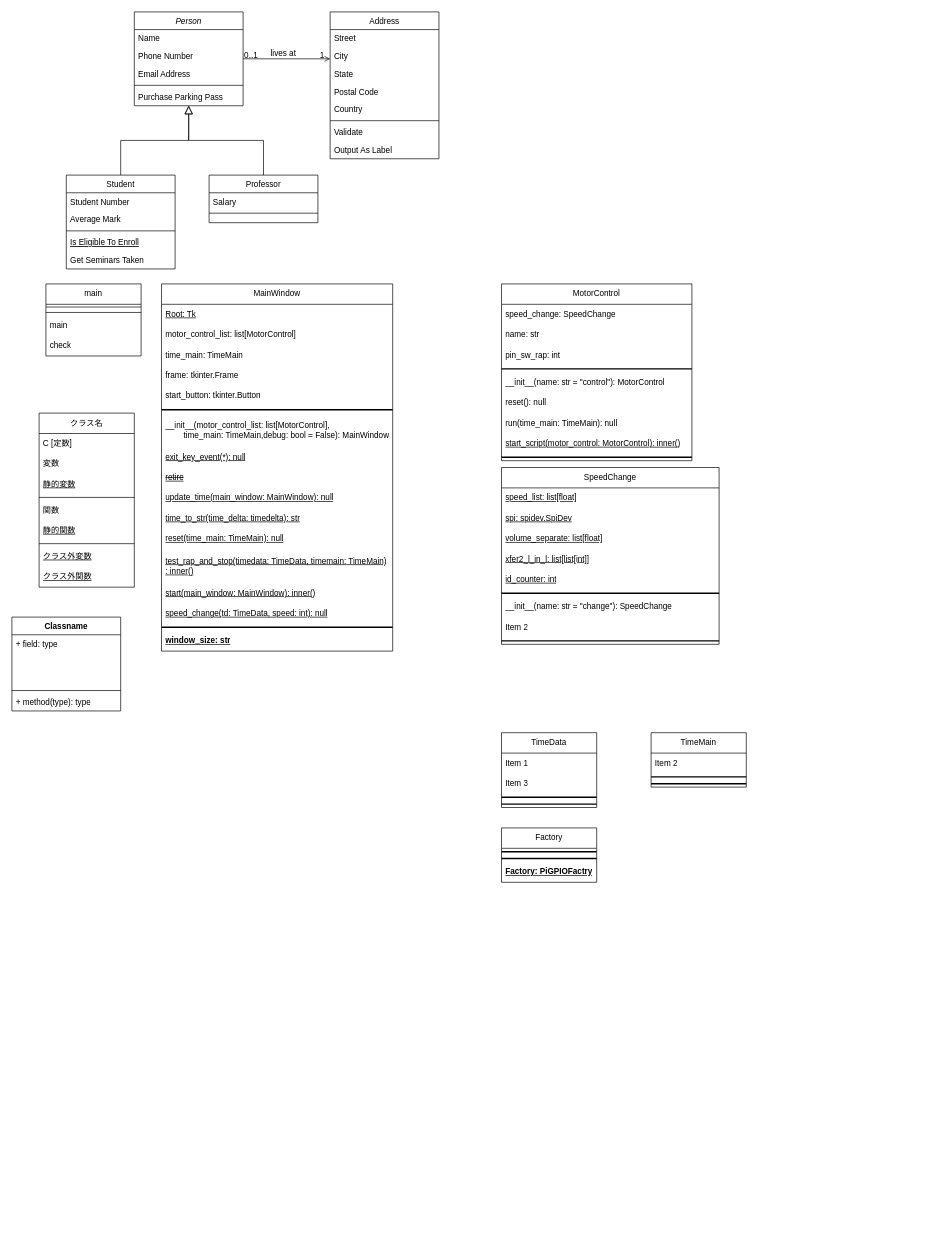
Before: test.drawio in Saito40/motor-controller, a draw.io diagram. Source tidied: cells renumbered, new cells numbered last; positions are measured from the earlier drawing's top-left corner, leaving out a move shared by most shapes. Both pictures are drawn from the tidied source at 68%, with x=0, y=0 at pixel (12, 12).
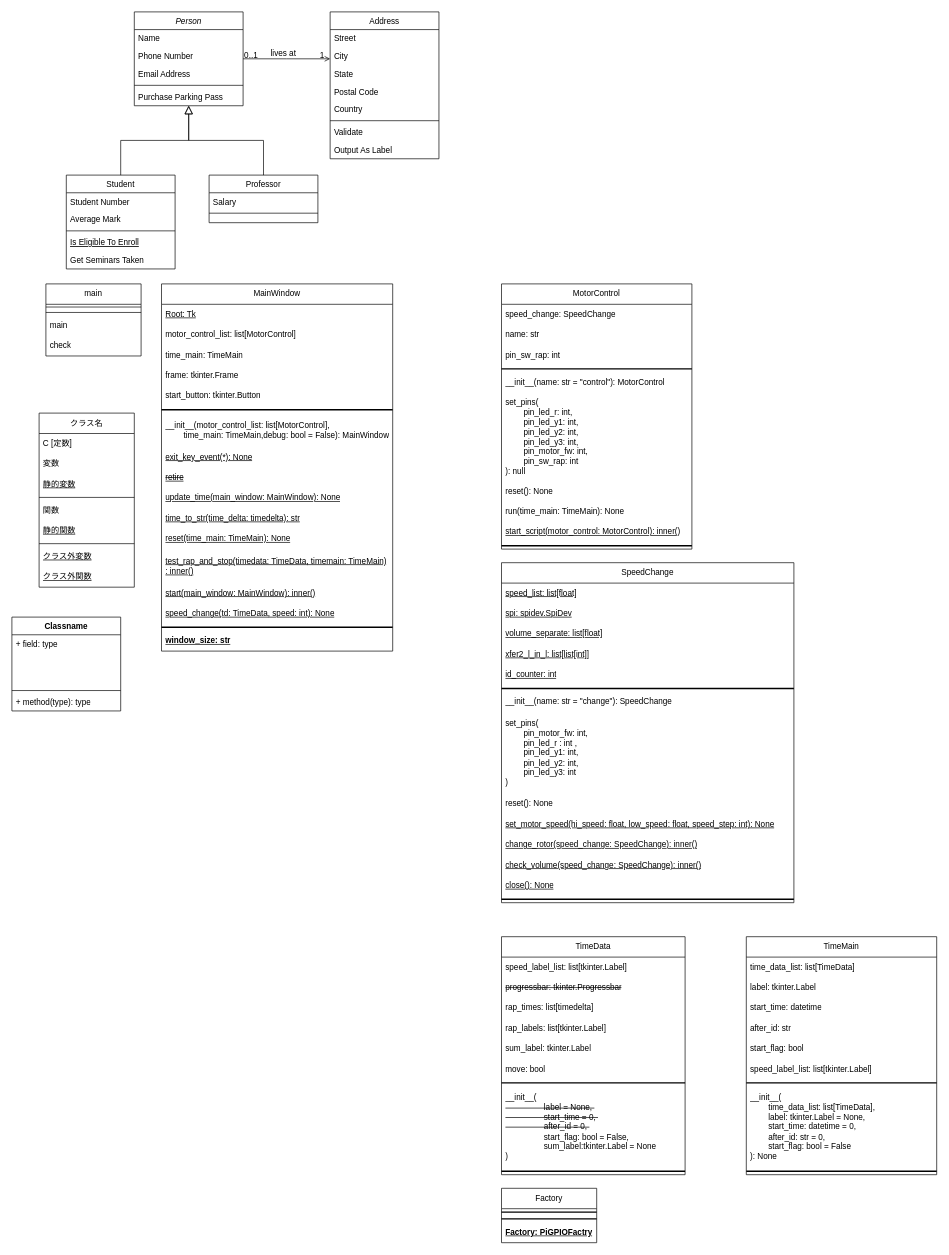
Above is the later version.

Unchanged cells that the change refers to:
```xml
<mxCell id="37" value="MainWindow" style="swimlane;fontStyle=0;horizontal=1;startSize=30;whiteSpace=wrap;html=1;" parent="1" vertex="1">
  <mxGeometry x="220" y="400" width="340" height="540" as="geometry" />
</mxCell>
```

The edit, as a diff of the source:
```diff
@@
-    <mxCell id="45" value="exit_key_event(*): null" style="text;strokeColor=none;fillColor=none;align=left;verticalAlign=middle;spacingLeft=4;spacingRight=4;overflow=hidden;whiteSpace=wrap;html=1;fontStyle=4;" parent="37" vertex="1">
+    <mxCell id="45" value="exit_key_event(*): None" style="text;strokeColor=none;fillColor=none;align=left;verticalAlign=middle;spacingLeft=4;spacingRight=4;overflow=hidden;whiteSpace=wrap;html=1;fontStyle=4;" parent="37" vertex="1">
       <mxGeometry y="240" width="340" height="30" as="geometry" />
     </mxCell>
@@
-    <mxCell id="47" value="update_time(main_window: MainWindow): null" style="text;strokeColor=none;fillColor=none;align=left;verticalAlign=middle;spacingLeft=4;spacingRight=4;overflow=hidden;whiteSpace=wrap;html=1;fontStyle=4;" parent="37" vertex="1">
+    <mxCell id="47" value="update_time(main_window: MainWindow): None" style="text;strokeColor=none;fillColor=none;align=left;verticalAlign=middle;spacingLeft=4;spacingRight=4;overflow=hidden;whiteSpace=wrap;html=1;fontStyle=4;" parent="37" vertex="1">
       <mxGeometry y="300" width="340" height="30" as="geometry" />
     </mxCell>
@@
-    <mxCell id="49" value="reset(time_main: TimeMain): null" style="text;strokeColor=none;fillColor=none;align=left;verticalAlign=middle;spacingLeft=4;spacingRight=4;overflow=hidden;whiteSpace=wrap;html=1;fontStyle=4;" parent="37" vertex="1">
+    <mxCell id="49" value="reset(time_main: TimeMain): None" style="text;strokeColor=none;fillColor=none;align=left;verticalAlign=middle;spacingLeft=4;spacingRight=4;overflow=hidden;whiteSpace=wrap;html=1;fontStyle=4;" parent="37" vertex="1">
       <mxGeometry y="360" width="340" height="30" as="geometry" />
     </mxCell>
@@
-    <mxCell id="52" value="speed_change(td: TimeData, speed: int): null" style="text;strokeColor=none;fillColor=none;align=left;verticalAlign=middle;spacingLeft=4;spacingRight=4;overflow=hidden;whiteSpace=wrap;html=1;fontStyle=4;" parent="37" vertex="1">
+    <mxCell id="52" value="speed_change(td: TimeData, speed: int): None" style="text;strokeColor=none;fillColor=none;align=left;verticalAlign=middle;spacingLeft=4;spacingRight=4;overflow=hidden;whiteSpace=wrap;html=1;fontStyle=4;" parent="37" vertex="1">
       <mxGeometry y="470" width="340" height="30" as="geometry" />
     </mxCell>
@@
     <mxCell id="55" value="MotorControl" style="swimlane;fontStyle=0;horizontal=1;startSize=30;whiteSpace=wrap;html=1;" parent="1" vertex="1">
-      <mxGeometry x="720" y="400" width="280" height="260" as="geometry" />
+      <mxGeometry x="720" y="400" width="280" height="390" as="geometry" />
     </mxCell>
@@
+    <mxCell id="104" value="set_pins(&lt;br&gt;&lt;span style=&quot;white-space: pre;&quot;&gt;&#9;&lt;/span&gt;pin_led_r: int,&lt;br&gt;&lt;span style=&quot;white-space: pre;&quot;&gt;&#9;&lt;/span&gt;pin_led_y1: int,&lt;br&gt;&lt;span style=&quot;white-space: pre;&quot;&gt;&#9;&lt;/span&gt;pin_led_y2: int,&amp;nbsp;&lt;br&gt;&lt;span style=&quot;white-space: pre;&quot;&gt;&#9;&lt;/span&gt;pin_led_y3: int,&lt;br&gt;&lt;span style=&quot;white-space: pre;&quot;&gt;&#9;&lt;/span&gt;pin_motor_fw: int,&lt;br&gt;&lt;span style=&quot;white-space: pre;&quot;&gt;&#9;&lt;/span&gt;pin_sw_rap: int&lt;br&gt;): null" style="text;strokeColor=none;fillColor=none;align=left;verticalAlign=middle;spacingLeft=4;spacingRight=4;overflow=hidden;whiteSpace=wrap;html=1;" parent="55" vertex="1">
+      <mxGeometry y="160" width="280" height="130" as="geometry" />
+    </mxCell>
-    <mxCell id="61" value="reset(): null" style="text;strokeColor=none;fillColor=none;align=left;verticalAlign=middle;spacingLeft=4;spacingRight=4;overflow=hidden;whiteSpace=wrap;html=1;" parent="55" vertex="1">
-      <mxGeometry y="160" width="280" height="30" as="geometry" />
+    <mxCell id="61" value="reset(): None" style="text;strokeColor=none;fillColor=none;align=left;verticalAlign=middle;spacingLeft=4;spacingRight=4;overflow=hidden;whiteSpace=wrap;html=1;" parent="55" vertex="1">
+      <mxGeometry y="290" width="280" height="30" as="geometry" />
     </mxCell>
-    <mxCell id="62" value="run(time_main: TimeMain): null" style="text;strokeColor=none;fillColor=none;align=left;verticalAlign=middle;spacingLeft=4;spacingRight=4;overflow=hidden;whiteSpace=wrap;html=1;" parent="55" vertex="1">
-      <mxGeometry y="190" width="280" height="30" as="geometry" />
+    <mxCell id="62" value="run(time_main: TimeMain): None" style="text;strokeColor=none;fillColor=none;align=left;verticalAlign=middle;spacingLeft=4;spacingRight=4;overflow=hidden;whiteSpace=wrap;html=1;" parent="55" vertex="1">
+      <mxGeometry y="320" width="280" height="30" as="geometry" />
     </mxCell>
     <mxCell id="63" value="start_script(motor_control: MotorControl): inner()" style="text;strokeColor=none;fillColor=none;align=left;verticalAlign=middle;spacingLeft=4;spacingRight=4;overflow=hidden;whiteSpace=wrap;html=1;fontStyle=4;" parent="55" vertex="1">
-      <mxGeometry y="220" width="280" height="30" as="geometry" />
+      <mxGeometry y="350" width="280" height="30" as="geometry" />
     </mxCell>
     <mxCell id="64" style="line;strokeWidth=2;html=1;" parent="55" vertex="1">
-      <mxGeometry y="250" width="280" height="10" as="geometry" />
+      <mxGeometry y="380" width="280" height="10" as="geometry" />
     </mxCell>
     <mxCell id="65" value="SpeedChange" style="swimlane;fontStyle=0;horizontal=1;startSize=30;whiteSpace=wrap;html=1;" parent="1" vertex="1">
-      <mxGeometry x="720" y="670" width="320" height="260" as="geometry" />
+      <mxGeometry x="720" y="810" width="430" height="500" as="geometry" />
     </mxCell>
     <mxCell id="66" value="speed_list: list[float]" style="text;strokeColor=none;fillColor=none;align=left;verticalAlign=middle;spacingLeft=4;spacingRight=4;overflow=hidden;whiteSpace=wrap;html=1;fontStyle=4;" parent="65" vertex="1">
-      <mxGeometry y="30" width="320" height="30" as="geometry" />
+      <mxGeometry y="30" width="430" height="30" as="geometry" />
     </mxCell>
     <mxCell id="67" value="spi: spidev.SpiDev" style="text;strokeColor=none;fillColor=none;align=left;verticalAlign=middle;spacingLeft=4;spacingRight=4;overflow=hidden;whiteSpace=wrap;html=1;fontStyle=4;" parent="65" vertex="1">
-      <mxGeometry y="60" width="320" height="30" as="geometry" />
+      <mxGeometry y="60" width="430" height="30" as="geometry" />
     </mxCell>
     <mxCell id="68" value="volume_separate: list[float]" style="text;strokeColor=none;fillColor=none;align=left;verticalAlign=middle;spacingLeft=4;spacingRight=4;overflow=hidden;whiteSpace=wrap;html=1;fontStyle=4;" parent="65" vertex="1">
-      <mxGeometry y="90" width="320" height="30" as="geometry" />
+      <mxGeometry y="90" width="430" height="30" as="geometry" />
     </mxCell>
     <mxCell id="69" value="xfer2_l_in_l: list[list[int]]" style="text;strokeColor=none;fillColor=none;align=left;verticalAlign=middle;spacingLeft=4;spacingRight=4;overflow=hidden;whiteSpace=wrap;html=1;fontStyle=4;" parent="65" vertex="1">
-      <mxGeometry y="120" width="320" height="30" as="geometry" />
+      <mxGeometry y="120" width="430" height="30" as="geometry" />
     </mxCell>
     <mxCell id="70" value="id_counter: int" style="text;strokeColor=none;fillColor=none;align=left;verticalAlign=middle;spacingLeft=4;spacingRight=4;overflow=hidden;whiteSpace=wrap;html=1;fontStyle=4;" parent="65" vertex="1">
-      <mxGeometry y="150" width="320" height="30" as="geometry" />
+      <mxGeometry y="150" width="430" height="30" as="geometry" />
     </mxCell>
     <mxCell id="71" style="line;strokeWidth=2;html=1;" parent="65" vertex="1">
-      <mxGeometry y="180" width="320" height="10" as="geometry" />
+      <mxGeometry y="180" width="430" height="10" as="geometry" />
     </mxCell>
     <mxCell id="72" value="__init__(name: str = &quot;change&quot;): SpeedChange" style="text;strokeColor=none;fillColor=none;align=left;verticalAlign=middle;spacingLeft=4;spacingRight=4;overflow=hidden;whiteSpace=wrap;html=1;" parent="65" vertex="1">
-      <mxGeometry y="190" width="320" height="30" as="geometry" />
+      <mxGeometry y="190" width="430" height="30" as="geometry" />
     </mxCell>
-    <mxCell id="73" value="Item 2" style="text;strokeColor=none;fillColor=none;align=left;verticalAlign=middle;spacingLeft=4;spacingRight=4;overflow=hidden;whiteSpace=wrap;html=1;" parent="65" vertex="1">
-      <mxGeometry y="220" width="320" height="30" as="geometry" />
+    <mxCell id="73" value="set_pins(&lt;div&gt;&lt;span style=&quot;background-color: initial;&quot;&gt;&lt;span style=&quot;white-space: pre;&quot;&gt;&#9;&lt;/span&gt;pin_motor_fw: int,&lt;/span&gt;&lt;br&gt;&lt;/div&gt;&lt;div&gt;&amp;nbsp; &amp;nbsp; &amp;nbsp; &amp;nbsp; pin_led_r : int ,&lt;/div&gt;&lt;div&gt;&amp;nbsp; &amp;nbsp; &amp;nbsp; &amp;nbsp; pin_led_y1: int,&lt;/div&gt;&lt;div&gt;&amp;nbsp; &amp;nbsp; &amp;nbsp; &amp;nbsp; pin_led_y2: int,&lt;/div&gt;&amp;nbsp; &amp;nbsp; &amp;nbsp; &amp;nbsp; pin_led_y3: int&lt;br&gt;)" style="text;strokeColor=none;fillColor=none;align=left;verticalAlign=middle;spacingLeft=4;spacingRight=4;overflow=hidden;whiteSpace=wrap;html=1;" parent="65" vertex="1">
+      <mxGeometry y="220" width="430" height="120" as="geometry" />
     </mxCell>
+    <mxCell id="105" value="reset(): None" style="text;strokeColor=none;fillColor=none;align=left;verticalAlign=middle;spacingLeft=4;spacingRight=4;overflow=hidden;whiteSpace=wrap;html=1;" parent="65" vertex="1">
+      <mxGeometry y="340" width="430" height="30" as="geometry" />
+    </mxCell>
+    <mxCell id="106" value="set_motor_speed(hi_speed: float, low_speed: float, speed_step: int): None" style="text;strokeColor=none;fillColor=none;align=left;verticalAlign=middle;spacingLeft=4;spacingRight=4;overflow=hidden;whiteSpace=wrap;html=1;fontStyle=4;" parent="65" vertex="1">
+      <mxGeometry y="370" width="430" height="30" as="geometry" />
+    </mxCell>
+    <mxCell id="107" value="change_rotor(speed_change: SpeedChange): inner()" style="text;strokeColor=none;fillColor=none;align=left;verticalAlign=middle;spacingLeft=4;spacingRight=4;overflow=hidden;whiteSpace=wrap;html=1;fontStyle=4;" parent="65" vertex="1">
+      <mxGeometry y="400" width="430" height="30" as="geometry" />
+    </mxCell>
+    <mxCell id="108" value="check_volume(speed_change: SpeedChange): inner()" style="text;strokeColor=none;fillColor=none;align=left;verticalAlign=middle;spacingLeft=4;spacingRight=4;overflow=hidden;whiteSpace=wrap;html=1;fontStyle=4;" parent="65" vertex="1">
+      <mxGeometry y="430" width="430" height="30" as="geometry" />
+    </mxCell>
+    <mxCell id="109" value="close(): None" style="text;strokeColor=none;fillColor=none;align=left;verticalAlign=middle;spacingLeft=4;spacingRight=4;overflow=hidden;whiteSpace=wrap;html=1;fontStyle=4;" parent="65" vertex="1">
+      <mxGeometry y="460" width="430" height="30" as="geometry" />
+    </mxCell>
     <mxCell id="74" style="line;strokeWidth=2;html=1;" parent="65" vertex="1">
-      <mxGeometry y="250" width="320" height="10" as="geometry" />
+      <mxGeometry y="490" width="430" height="10" as="geometry" />
     </mxCell>
     <mxCell id="75" value="TimeData" style="swimlane;fontStyle=0;horizontal=1;startSize=30;whiteSpace=wrap;html=1;" parent="1" vertex="1">
-      <mxGeometry x="720" y="1060" width="140" height="110" as="geometry" />
+      <mxGeometry x="720" y="1360" width="270" height="350" as="geometry" />
     </mxCell>
-    <mxCell id="76" value="Item 1" style="text;strokeColor=none;fillColor=none;align=left;verticalAlign=middle;spacingLeft=4;spacingRight=4;overflow=hidden;whiteSpace=wrap;html=1;" parent="75" vertex="1">
-      <mxGeometry y="30" width="140" height="30" as="geometry" />
+    <mxCell id="76" value="speed_label_list: list[tkinter.Label]" style="text;strokeColor=none;fillColor=none;align=left;verticalAlign=middle;spacingLeft=4;spacingRight=4;overflow=hidden;whiteSpace=wrap;html=1;" parent="75" vertex="1">
+      <mxGeometry y="30" width="270" height="30" as="geometry" />
     </mxCell>
-    <mxCell id="77" value="Item 3" style="text;strokeColor=none;fillColor=none;align=left;verticalAlign=middle;spacingLeft=4;spacingRight=4;overflow=hidden;whiteSpace=wrap;html=1;" parent="75" vertex="1">
-      <mxGeometry y="60" width="140" height="30" as="geometry" />
+    <mxCell id="77" value="&lt;strike&gt;progressbar: tkinter.Progressbar&lt;/strike&gt;" style="text;strokeColor=none;fillColor=none;align=left;verticalAlign=middle;spacingLeft=4;spacingRight=4;overflow=hidden;whiteSpace=wrap;html=1;" parent="75" vertex="1">
+      <mxGeometry y="60" width="270" height="30" as="geometry" />
     </mxCell>
+    <mxCell id="110" value="rap_times: list[timedelta]" style="text;strokeColor=none;fillColor=none;align=left;verticalAlign=middle;spacingLeft=4;spacingRight=4;overflow=hidden;whiteSpace=wrap;html=1;" parent="75" vertex="1">
+      <mxGeometry y="90" width="270" height="30" as="geometry" />
+    </mxCell>
+    <mxCell id="111" value="rap_labels: list[tkinter.Label]" style="text;strokeColor=none;fillColor=none;align=left;verticalAlign=middle;spacingLeft=4;spacingRight=4;overflow=hidden;whiteSpace=wrap;html=1;" parent="75" vertex="1">
+      <mxGeometry y="120" width="270" height="30" as="geometry" />
+    </mxCell>
+    <mxCell id="112" value="sum_label: tkinter.Label" style="text;strokeColor=none;fillColor=none;align=left;verticalAlign=middle;spacingLeft=4;spacingRight=4;overflow=hidden;whiteSpace=wrap;html=1;" parent="75" vertex="1">
+      <mxGeometry y="150" width="270" height="30" as="geometry" />
+    </mxCell>
+    <mxCell id="113" value="move: bool" style="text;strokeColor=none;fillColor=none;align=left;verticalAlign=middle;spacingLeft=4;spacingRight=4;overflow=hidden;whiteSpace=wrap;html=1;" parent="75" vertex="1">
+      <mxGeometry y="180" width="270" height="30" as="geometry" />
+    </mxCell>
     <mxCell id="78" style="line;strokeWidth=2;html=1;" parent="75" vertex="1">
-      <mxGeometry y="90" width="140" height="10" as="geometry" />
+      <mxGeometry y="210" width="270" height="10" as="geometry" />
     </mxCell>
+    <mxCell id="114" value="__init__(&lt;br&gt;&lt;div&gt;&lt;strike&gt;&lt;span style=&quot;background-color: initial;&quot;&gt;&amp;nbsp; &amp;nbsp; &amp;nbsp; &amp;nbsp; &amp;nbsp; &amp;nbsp; &amp;nbsp; &amp;nbsp; &amp;nbsp;label = None,&amp;nbsp;&lt;/span&gt;&lt;br&gt;&lt;/strike&gt;&lt;/div&gt;&lt;div&gt;&lt;strike&gt;&amp;nbsp; &amp;nbsp; &amp;nbsp; &amp;nbsp; &amp;nbsp; &amp;nbsp; &amp;nbsp; &amp;nbsp; &amp;nbsp;start_time = 0,&amp;nbsp;&lt;/strike&gt;&lt;/div&gt;&lt;div&gt;&lt;strike&gt;&amp;nbsp; &amp;nbsp; &amp;nbsp; &amp;nbsp; &amp;nbsp; &amp;nbsp; &amp;nbsp; &amp;nbsp; &amp;nbsp;after_id = 0,&amp;nbsp;&lt;/strike&gt;&lt;/div&gt;&lt;div&gt;&amp;nbsp; &amp;nbsp; &amp;nbsp; &amp;nbsp; &amp;nbsp; &amp;nbsp; &amp;nbsp; &amp;nbsp; &amp;nbsp;start_flag: bool = False,&lt;/div&gt;&lt;div&gt;&amp;nbsp; &amp;nbsp; &amp;nbsp; &amp;nbsp; &amp;nbsp; &amp;nbsp; &amp;nbsp; &amp;nbsp; &amp;nbsp;sum_label:tkinter.Label = None&lt;/div&gt;)" style="text;strokeColor=none;fillColor=none;align=left;verticalAlign=middle;spacingLeft=4;spacingRight=4;overflow=hidden;whiteSpace=wrap;html=1;" parent="75" vertex="1">
+      <mxGeometry y="220" width="270" height="120" as="geometry" />
+    </mxCell>
     <mxCell id="79" style="line;strokeWidth=2;html=1;" parent="75" vertex="1">
-      <mxGeometry y="100" width="140" height="10" as="geometry" />
+      <mxGeometry y="340" width="270" height="10" as="geometry" />
     </mxCell>
     <mxCell id="80" value="Factory" style="swimlane;fontStyle=0;horizontal=1;startSize=30;whiteSpace=wrap;html=1;" parent="1" vertex="1">
-      <mxGeometry x="720" y="1200" width="140" height="80" as="geometry" />
+      <mxGeometry x="720" y="1730" width="140" height="80" as="geometry" />
     </mxCell>
@@
     <mxCell id="84" value="TimeMain" style="swimlane;fontStyle=0;horizontal=1;startSize=30;whiteSpace=wrap;html=1;" parent="1" vertex="1">
-      <mxGeometry x="940" y="1060" width="140" height="80" as="geometry" />
+      <mxGeometry x="1080" y="1360" width="280" height="350" as="geometry" />
     </mxCell>
-    <mxCell id="85" value="Item 2" style="text;strokeColor=none;fillColor=none;align=left;verticalAlign=middle;spacingLeft=4;spacingRight=4;overflow=hidden;whiteSpace=wrap;html=1;" parent="84" vertex="1">
-      <mxGeometry y="30" width="140" height="30" as="geometry" />
+    <mxCell id="85" value="time_data_list: list[TimeData]" style="text;strokeColor=none;fillColor=none;align=left;verticalAlign=middle;spacingLeft=4;spacingRight=4;overflow=hidden;whiteSpace=wrap;html=1;" parent="84" vertex="1">
+      <mxGeometry y="30" width="280" height="30" as="geometry" />
     </mxCell>
+    <mxCell id="115" value="label: tkinter.Label" style="text;strokeColor=none;fillColor=none;align=left;verticalAlign=middle;spacingLeft=4;spacingRight=4;overflow=hidden;whiteSpace=wrap;html=1;" parent="84" vertex="1">
+      <mxGeometry y="60" width="280" height="30" as="geometry" />
+    </mxCell>
+    <mxCell id="116" value="start_time: datetime" style="text;strokeColor=none;fillColor=none;align=left;verticalAlign=middle;spacingLeft=4;spacingRight=4;overflow=hidden;whiteSpace=wrap;html=1;" parent="84" vertex="1">
+      <mxGeometry y="90" width="280" height="30" as="geometry" />
+    </mxCell>
+    <mxCell id="117" value="after_id: str" style="text;strokeColor=none;fillColor=none;align=left;verticalAlign=middle;spacingLeft=4;spacingRight=4;overflow=hidden;whiteSpace=wrap;html=1;" parent="84" vertex="1">
+      <mxGeometry y="120" width="280" height="30" as="geometry" />
+    </mxCell>
+    <mxCell id="118" value="start_flag: bool" style="text;strokeColor=none;fillColor=none;align=left;verticalAlign=middle;spacingLeft=4;spacingRight=4;overflow=hidden;whiteSpace=wrap;html=1;" parent="84" vertex="1">
+      <mxGeometry y="150" width="280" height="30" as="geometry" />
+    </mxCell>
+    <mxCell id="119" value="speed_label_list: list[tkinter.Label]" style="text;strokeColor=none;fillColor=none;align=left;verticalAlign=middle;spacingLeft=4;spacingRight=4;overflow=hidden;whiteSpace=wrap;html=1;" parent="84" vertex="1">
+      <mxGeometry y="180" width="280" height="30" as="geometry" />
+    </mxCell>
     <mxCell id="86" style="line;strokeWidth=2;html=1;" parent="84" vertex="1">
-      <mxGeometry y="60" width="140" height="10" as="geometry" />
+      <mxGeometry y="210" width="280" height="10" as="geometry" />
     </mxCell>
+    <mxCell id="120" value="__init__(&lt;div&gt;&lt;span style=&quot;background-color: initial; white-space: pre;&quot;&gt;&#9;&lt;/span&gt;&lt;span style=&quot;background-color: initial;&quot;&gt;time_data_list: list[TimeData],&lt;/span&gt;&lt;br&gt;&lt;/div&gt;&lt;div&gt;&amp;nbsp; &amp;nbsp; &amp;nbsp; &amp;nbsp; label: tkinter.Label = None,&amp;nbsp;&lt;/div&gt;&lt;div&gt;&amp;nbsp; &amp;nbsp; &amp;nbsp; &amp;nbsp; start_time: datetime = 0,&amp;nbsp;&lt;/div&gt;&lt;div&gt;&amp;nbsp; &amp;nbsp; &amp;nbsp; &amp;nbsp; after_id: str = 0,&amp;nbsp;&lt;/div&gt;&amp;nbsp; &amp;nbsp; &amp;nbsp; &amp;nbsp; start_flag: bool = False&lt;br&gt;): None" style="text;strokeColor=none;fillColor=none;align=left;verticalAlign=middle;spacingLeft=4;spacingRight=4;overflow=hidden;whiteSpace=wrap;html=1;" parent="84" vertex="1">
+      <mxGeometry y="220" width="280" height="120" as="geometry" />
+    </mxCell>
     <mxCell id="87" style="line;strokeWidth=2;html=1;" parent="84" vertex="1">
-      <mxGeometry y="70" width="140" height="10" as="geometry" />
+      <mxGeometry y="340" width="280" height="10" as="geometry" />
     </mxCell>
```
